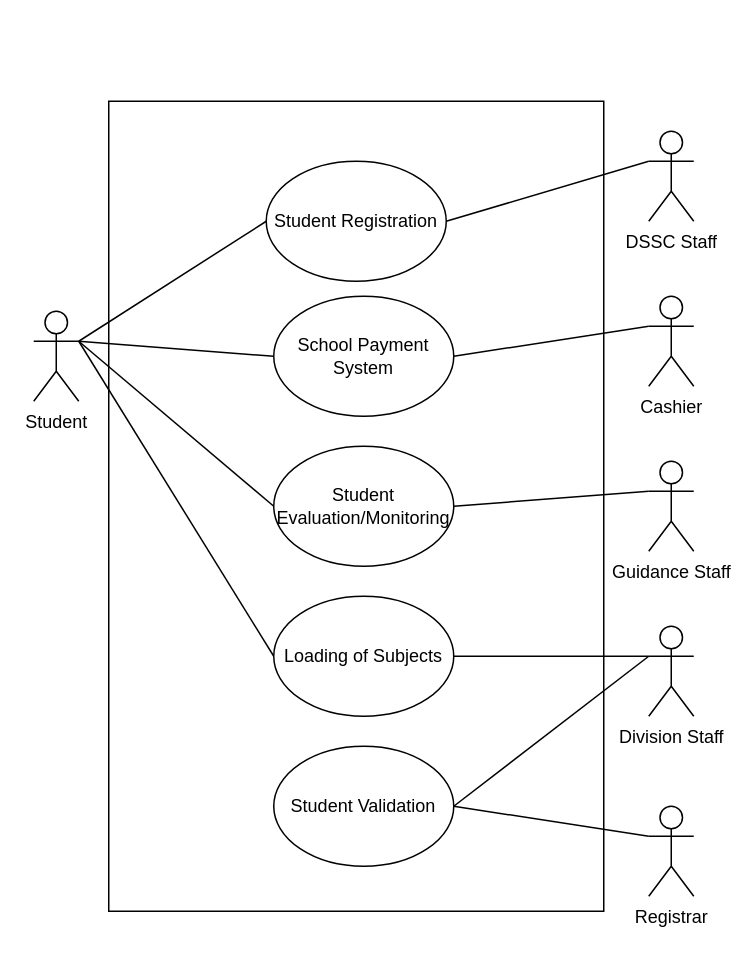
Above: Copy of Untitled Diagram.drawio in John-Rey-Pial/Draw-IO (draw.io), before the change. Source tidied: cells renumbered, new cells numbered last; positions are measured from the earlier drawing's top-left corner, leaving out a move shared by most shapes. Both pictures are drawn from the tidied source at 150%, with x=0, y=0 at pixel (33, 100).
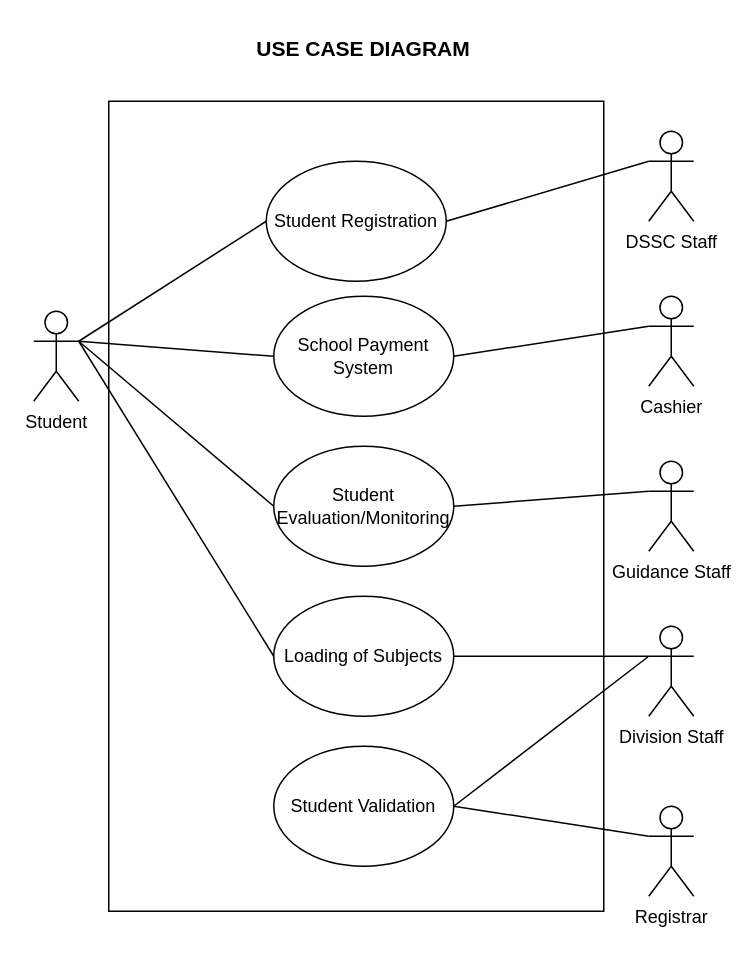
Above is the later version.

Change to the diagram source:
```diff
@@
+    <mxCell id="24" value="USE CASE DIAGRAM" style="text;html=1;strokeColor=none;fillColor=none;align=center;verticalAlign=middle;whiteSpace=wrap;rounded=0;fontSize=14;fontStyle=1;" parent="1" vertex="1">
+      <mxGeometry x="125" y="-50" width="190" height="30" as="geometry" />
+    </mxCell>
```
